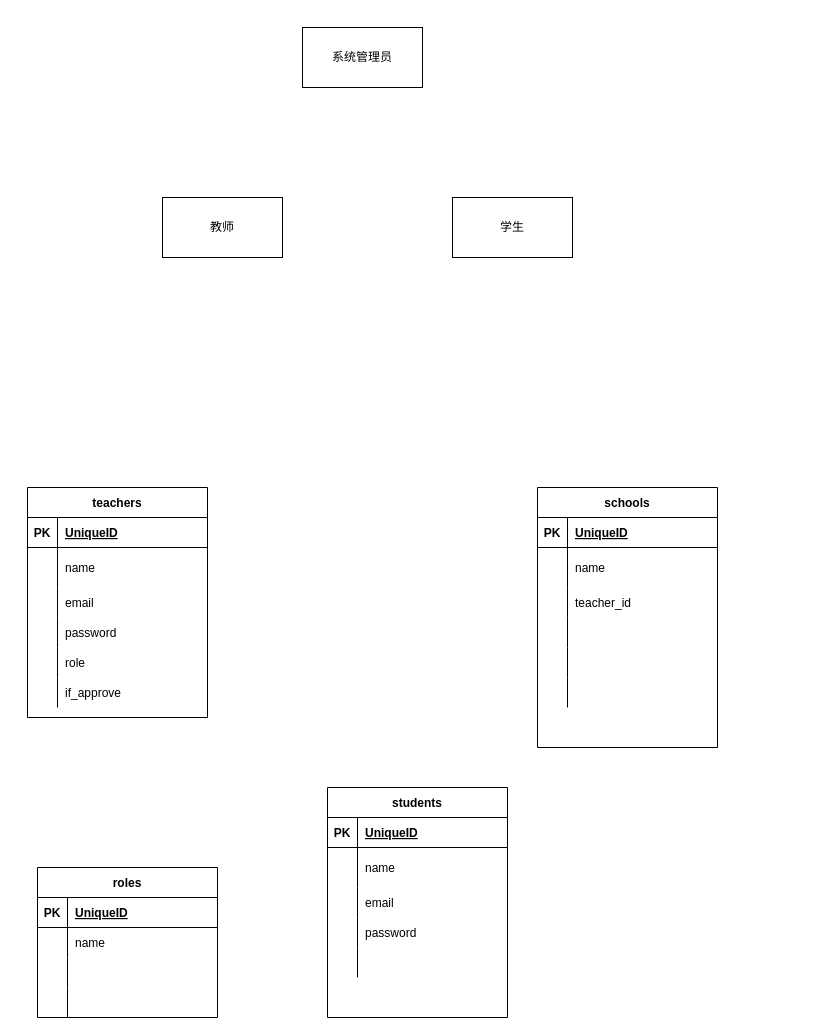
This is Edo.drawio from smartymoon/edu, a draw.io file, before an edit. Source tidied: cells renumbered, new cells numbered last; positions are measured from the earlier drawing's top-left corner, leaving out a move shared by most shapes. Both pictures are drawn from the tidied source at 100%, with x=0, y=0 at pixel (27, 27).
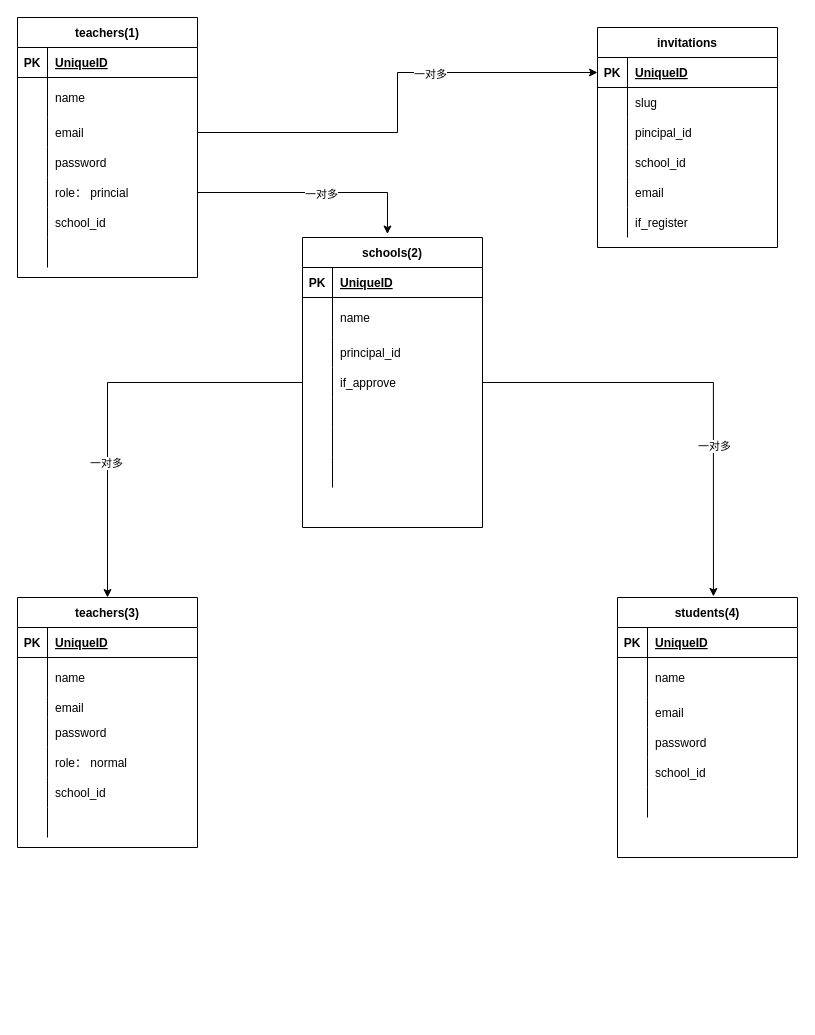
The same diagram, later.

Commit message (it also covers changes not shown here):
complete teacher login

The change refers to these unchanged cells:
```xml
<mxCell id="60" style="shape=partialRectangle;fillColor=none;top=0;left=0;bottom=0;right=0;" parent="53" vertex="1">
  <mxGeometry y="100" width="180" height="30" as="geometry" />
</mxCell>
```

Change to the diagram source:
```diff
@@
-    <mxCell id="2" value="系统管理员" style="rounded=0;whiteSpace=wrap;html=1;" parent="1" vertex="1">
-      <mxGeometry x="275" width="120" height="60" as="geometry" />
-    </mxCell>
-    <mxCell id="3" value="教师" style="rounded=0;whiteSpace=wrap;html=1;" parent="1" vertex="1">
-      <mxGeometry x="135" y="170" width="120" height="60" as="geometry" />
-    </mxCell>
-    <mxCell id="4" value="学生" style="rounded=0;whiteSpace=wrap;html=1;" parent="1" vertex="1">
-      <mxGeometry x="425" y="170" width="120" height="60" as="geometry" />
-    </mxCell>
-    <mxCell id="5" value="teachers" style="shape=table;startSize=30;childLayout=tableLayout;rowLines=0;fontStyle=1;align=center;" parent="1" vertex="1">
-      <mxGeometry y="460" width="180" height="230" as="geometry" />
+    <mxCell id="5" value="teachers(3)" style="shape=table;startSize=30;childLayout=tableLayout;rowLines=0;fontStyle=1;align=center;" parent="1" vertex="1">
+      <mxGeometry x="-10" y="570" width="180" height="250" as="geometry" />
     </mxCell>
@@
     <mxCell id="12" style="shape=partialRectangle;fillColor=none;top=0;left=0;bottom=0;right=0;" parent="5" vertex="1">
-      <mxGeometry y="100" width="180" height="30" as="geometry" />
+      <mxGeometry y="100" width="180" height="20" as="geometry" />
     </mxCell>
     <mxCell id="13" style="shape=partialRectangle;fillColor=none;top=0;left=0;bottom=0;right=0;overflow=hidden;" parent="12" vertex="1">
-      <mxGeometry width="30" height="30" as="geometry" />
+      <mxGeometry width="30" height="20" as="geometry" />
     </mxCell>
     <mxCell id="14" value="email" style="shape=partialRectangle;fillColor=none;top=0;left=0;bottom=0;right=0;align=left;spacingLeft=6;overflow=hidden;" parent="12" vertex="1">
-      <mxGeometry x="30" width="150" height="30" as="geometry" />
+      <mxGeometry x="30" width="150" height="20" as="geometry" />
     </mxCell>
     <mxCell id="15" style="shape=partialRectangle;fillColor=none;top=0;left=0;bottom=0;right=0;" parent="5" vertex="1">
-      <mxGeometry y="130" width="180" height="30" as="geometry" />
+      <mxGeometry y="120" width="180" height="30" as="geometry" />
     </mxCell>
@@
     <mxCell id="18" style="shape=partialRectangle;fillColor=none;top=0;left=0;bottom=0;right=0;" parent="5" vertex="1">
-      <mxGeometry y="160" width="180" height="30" as="geometry" />
+      <mxGeometry y="150" width="180" height="30" as="geometry" />
     </mxCell>
@@
-    <mxCell id="20" value="role" style="shape=partialRectangle;fillColor=none;top=0;left=0;bottom=0;right=0;align=left;spacingLeft=6;overflow=hidden;" parent="18" vertex="1">
+    <mxCell id="20" value="role： normal" style="shape=partialRectangle;fillColor=none;top=0;left=0;bottom=0;right=0;align=left;spacingLeft=6;overflow=hidden;" parent="18" vertex="1">
       <mxGeometry x="30" width="150" height="30" as="geometry" />
     </mxCell>
+    <mxCell id="72" style="shape=partialRectangle;fillColor=none;top=0;left=0;bottom=0;right=0;" parent="5" vertex="1">
+      <mxGeometry y="180" width="180" height="30" as="geometry" />
+    </mxCell>
+    <mxCell id="73" style="shape=partialRectangle;fillColor=none;top=0;left=0;bottom=0;right=0;overflow=hidden;" parent="72" vertex="1">
+      <mxGeometry width="30" height="30" as="geometry" />
+    </mxCell>
+    <mxCell id="74" value="school_id" style="shape=partialRectangle;fillColor=none;top=0;left=0;bottom=0;right=0;align=left;spacingLeft=6;overflow=hidden;" parent="72" vertex="1">
+      <mxGeometry x="30" width="150" height="30" as="geometry" />
+    </mxCell>
     <mxCell id="21" style="shape=partialRectangle;fillColor=none;top=0;left=0;bottom=0;right=0;" parent="5" vertex="1">
-      <mxGeometry y="190" width="180" height="30" as="geometry" />
+      <mxGeometry y="210" width="180" height="30" as="geometry" />
     </mxCell>
@@
-    <mxCell id="23" value="if_approve" style="shape=partialRectangle;fillColor=none;top=0;left=0;bottom=0;right=0;align=left;spacingLeft=6;overflow=hidden;" parent="21" vertex="1">
+    <mxCell id="23" style="shape=partialRectangle;fillColor=none;top=0;left=0;bottom=0;right=0;align=left;spacingLeft=6;overflow=hidden;" parent="21" vertex="1">
       <mxGeometry x="30" width="150" height="30" as="geometry" />
     </mxCell>
-    <mxCell id="24" value="roles" style="shape=table;startSize=30;childLayout=tableLayout;rowLines=0;fontStyle=1;align=center;" parent="1" vertex="1">
-      <mxGeometry x="10" y="840" width="180" height="150" as="geometry" />
-    </mxCell>
-    <mxCell id="25" style="shape=partialRectangle;fillColor=none;top=0;left=0;bottom=1;right=0;" parent="24" vertex="1">
-      <mxGeometry y="30" width="180" height="30" as="geometry" />
-    </mxCell>
-    <mxCell id="26" value="PK" style="shape=partialRectangle;fillColor=none;top=0;left=0;bottom=0;right=0;fontStyle=1;overflow=hidden;" parent="25" vertex="1">
-      <mxGeometry width="30" height="30" as="geometry" />
-    </mxCell>
-    <mxCell id="27" value="UniqueID" style="shape=partialRectangle;fillColor=none;top=0;left=0;bottom=0;right=0;align=left;spacingLeft=6;fontStyle=5;overflow=hidden;" parent="25" vertex="1">
-      <mxGeometry x="30" width="150" height="30" as="geometry" />
-    </mxCell>
-    <mxCell id="28" style="shape=partialRectangle;fillColor=none;top=0;left=0;bottom=0;right=0;" parent="24" vertex="1">
-      <mxGeometry y="60" width="180" height="30" as="geometry" />
-    </mxCell>
-    <mxCell id="29" style="shape=partialRectangle;fillColor=none;top=0;left=0;bottom=0;right=0;overflow=hidden;" parent="28" vertex="1">
-      <mxGeometry width="30" height="30" as="geometry" />
-    </mxCell>
-    <mxCell id="30" value="name" style="shape=partialRectangle;fillColor=none;top=0;left=0;bottom=0;right=0;align=left;spacingLeft=6;overflow=hidden;" parent="28" vertex="1">
-      <mxGeometry x="30" width="150" height="30" as="geometry" />
-    </mxCell>
-    <mxCell id="31" style="shape=partialRectangle;fillColor=none;top=0;left=0;bottom=0;right=0;" parent="24" vertex="1">
-      <mxGeometry y="90" width="180" height="30" as="geometry" />
-    </mxCell>
-    <mxCell id="32" style="shape=partialRectangle;fillColor=none;top=0;left=0;bottom=0;right=0;overflow=hidden;" parent="31" vertex="1">
-      <mxGeometry width="30" height="30" as="geometry" />
-    </mxCell>
-    <mxCell id="33" style="shape=partialRectangle;fillColor=none;top=0;left=0;bottom=0;right=0;align=left;spacingLeft=6;overflow=hidden;" parent="31" vertex="1">
-      <mxGeometry x="30" width="150" height="30" as="geometry" />
-    </mxCell>
-    <mxCell id="34" style="shape=partialRectangle;fillColor=none;top=0;left=0;bottom=0;right=0;" parent="24" vertex="1">
-      <mxGeometry y="120" width="180" height="30" as="geometry" />
-    </mxCell>
-    <mxCell id="35" style="shape=partialRectangle;fillColor=none;top=0;left=0;bottom=0;right=0;overflow=hidden;" parent="34" vertex="1">
-      <mxGeometry width="30" height="30" as="geometry" />
-    </mxCell>
-    <mxCell id="36" style="shape=partialRectangle;fillColor=none;top=0;left=0;bottom=0;right=0;align=left;spacingLeft=6;overflow=hidden;" parent="34" vertex="1">
-      <mxGeometry x="30" width="150" height="30" as="geometry" />
-    </mxCell>
-    <mxCell id="37" value="students" style="shape=table;startSize=30;childLayout=tableLayout;rowLines=0;fontStyle=1;align=center;" parent="1" vertex="1">
-      <mxGeometry x="300" y="760" width="180" height="230" as="geometry" />
+    <mxCell id="37" value="students(4)" style="shape=table;startSize=30;childLayout=tableLayout;rowLines=0;fontStyle=1;align=center;" parent="1" vertex="1">
+      <mxGeometry x="590" y="570" width="180" height="260" as="geometry" />
     </mxCell>
@@
+    <mxCell id="75" style="shape=partialRectangle;fillColor=none;top=0;left=0;bottom=0;right=0;" parent="37" vertex="1">
+      <mxGeometry y="160" width="180" height="30" as="geometry" />
+    </mxCell>
+    <mxCell id="76" style="shape=partialRectangle;fillColor=none;top=0;left=0;bottom=0;right=0;overflow=hidden;" parent="75" vertex="1">
+      <mxGeometry width="30" height="30" as="geometry" />
+    </mxCell>
+    <mxCell id="77" value="school_id" style="shape=partialRectangle;fillColor=none;top=0;left=0;bottom=0;right=0;align=left;spacingLeft=6;overflow=hidden;" parent="75" vertex="1">
+      <mxGeometry x="30" width="150" height="30" as="geometry" />
+    </mxCell>
     <mxCell id="50" style="shape=partialRectangle;fillColor=none;top=0;left=0;bottom=0;right=0;" parent="37" vertex="1">
-      <mxGeometry y="160" width="180" height="30" as="geometry" />
+      <mxGeometry y="190" width="180" height="30" as="geometry" />
     </mxCell>
@@
+    <mxCell id="78" style="edgeStyle=orthogonalEdgeStyle;rounded=0;jettySize=auto;html=1;" parent="1" edge="1" source="53" target="5">
+      <mxGeometry relative="1" as="geometry" />
+    </mxCell>
+    <mxCell id="79" value="一对多" style="edgeLabel;html=1;align=center;verticalAlign=middle;" parent="78" vertex="1">
+      <mxGeometry x="0.34" y="-2" relative="1" as="geometry" />
+    </mxCell>
+    <mxCell id="80" style="edgeStyle=orthogonalEdgeStyle;rounded=0;jettySize=auto;html=1;entryX=0.533;entryY=-0.004;entryDx=0;entryDy=0;entryPerimeter=0;" parent="1" edge="1" source="53" target="37">
+      <mxGeometry relative="1" as="geometry" />
+    </mxCell>
+    <mxCell id="81" value="一对多" style="edgeLabel;html=1;align=center;verticalAlign=middle;" parent="80" vertex="1">
+      <mxGeometry x="0.32" y="1" relative="1" as="geometry" />
+    </mxCell>
-    <mxCell id="53" value="schools" style="shape=table;startSize=30;childLayout=tableLayout;rowLines=0;fontStyle=1;align=center;" parent="1" vertex="1">
-      <mxGeometry x="510" y="460" width="180" height="260" as="geometry" />
+    <mxCell id="53" value="schools(2)" style="shape=table;startSize=30;childLayout=tableLayout;rowLines=0;fontStyle=1;align=center;" parent="1" vertex="1">
+      <mxGeometry x="275" y="210" width="180" height="290" as="geometry" />
     </mxCell>
@@
-    <mxCell id="62" value="teacher_id" style="shape=partialRectangle;fillColor=none;top=0;left=0;bottom=0;right=0;align=left;spacingLeft=6;overflow=hidden;" parent="60" vertex="1">
+    <mxCell id="62" value="principal_id" style="shape=partialRectangle;fillColor=none;top=0;left=0;bottom=0;right=0;align=left;spacingLeft=6;overflow=hidden;" parent="60" vertex="1">
       <mxGeometry x="30" width="150" height="30" as="geometry" />
     </mxCell>
+    <mxCell id="82" style="shape=partialRectangle;fillColor=none;top=0;left=0;bottom=0;right=0;" parent="53" vertex="1">
+      <mxGeometry y="130" width="180" height="30" as="geometry" />
+    </mxCell>
+    <mxCell id="83" style="shape=partialRectangle;fillColor=none;top=0;left=0;bottom=0;right=0;overflow=hidden;" parent="82" vertex="1">
+      <mxGeometry width="30" height="30" as="geometry" />
+    </mxCell>
+    <mxCell id="84" value="if_approve" style="shape=partialRectangle;fillColor=none;top=0;left=0;bottom=0;right=0;align=left;spacingLeft=6;overflow=hidden;" parent="82" vertex="1">
+      <mxGeometry x="30" width="150" height="30" as="geometry" />
+    </mxCell>
     <mxCell id="63" style="shape=partialRectangle;fillColor=none;top=0;left=0;bottom=0;right=0;" parent="53" vertex="1">
-      <mxGeometry y="130" width="180" height="30" as="geometry" />
+      <mxGeometry y="160" width="180" height="30" as="geometry" />
     </mxCell>
@@
     <mxCell id="66" style="shape=partialRectangle;fillColor=none;top=0;left=0;bottom=0;right=0;" parent="53" vertex="1">
-      <mxGeometry y="160" width="180" height="30" as="geometry" />
+      <mxGeometry y="190" width="180" height="30" as="geometry" />
     </mxCell>
@@
     <mxCell id="69" style="shape=partialRectangle;fillColor=none;top=0;left=0;bottom=0;right=0;" parent="53" vertex="1">
-      <mxGeometry y="190" width="180" height="30" as="geometry" />
+      <mxGeometry y="220" width="180" height="30" as="geometry" />
     </mxCell>
@@
+    <mxCell id="85" value="teachers(1)" style="shape=table;startSize=30;childLayout=tableLayout;rowLines=0;fontStyle=1;align=center;" parent="1" vertex="1">
+      <mxGeometry x="-10" y="-10" width="180" height="260" as="geometry" />
+    </mxCell>
+    <mxCell id="86" style="shape=partialRectangle;fillColor=none;top=0;left=0;bottom=1;right=0;" parent="85" vertex="1">
+      <mxGeometry y="30" width="180" height="30" as="geometry" />
+    </mxCell>
+    <mxCell id="87" value="PK" style="shape=partialRectangle;fillColor=none;top=0;left=0;bottom=0;right=0;fontStyle=1;overflow=hidden;" parent="86" vertex="1">
+      <mxGeometry width="30" height="30" as="geometry" />
+    </mxCell>
+    <mxCell id="88" value="UniqueID" style="shape=partialRectangle;fillColor=none;top=0;left=0;bottom=0;right=0;align=left;spacingLeft=6;fontStyle=5;overflow=hidden;" parent="86" vertex="1">
+      <mxGeometry x="30" width="150" height="30" as="geometry" />
+    </mxCell>
+    <mxCell id="89" style="shape=partialRectangle;fillColor=none;top=0;left=0;bottom=0;right=0;" parent="85" vertex="1">
+      <mxGeometry y="60" width="180" height="40" as="geometry" />
+    </mxCell>
+    <mxCell id="90" style="shape=partialRectangle;fillColor=none;top=0;left=0;bottom=0;right=0;overflow=hidden;" parent="89" vertex="1">
+      <mxGeometry width="30" height="40" as="geometry" />
+    </mxCell>
+    <mxCell id="30" value="name" style="shape=partialRectangle;fillColor=none;top=0;left=0;bottom=0;right=0;align=left;spacingLeft=6;overflow=hidden;" parent="89" vertex="1">
+      <mxGeometry x="30" width="150" height="40" as="geometry" />
+    </mxCell>
+    <mxCell id="91" style="shape=partialRectangle;fillColor=none;top=0;left=0;bottom=0;right=0;points=[[0,0.5],[1,0.5]];portConstraint=eastwest;" parent="85" vertex="1">
+      <mxGeometry y="100" width="180" height="30" as="geometry" />
+    </mxCell>
+    <mxCell id="92" style="shape=partialRectangle;fillColor=none;top=0;left=0;bottom=0;right=0;overflow=hidden;" parent="91" vertex="1">
+      <mxGeometry width="30" height="30" as="geometry" />
+    </mxCell>
+    <mxCell id="93" value="email" style="shape=partialRectangle;fillColor=none;top=0;left=0;bottom=0;right=0;align=left;spacingLeft=6;overflow=hidden;" parent="91" vertex="1">
+      <mxGeometry x="30" width="150" height="30" as="geometry" />
+    </mxCell>
+    <mxCell id="94" style="shape=partialRectangle;fillColor=none;top=0;left=0;bottom=0;right=0;" parent="85" vertex="1">
+      <mxGeometry y="130" width="180" height="30" as="geometry" />
+    </mxCell>
+    <mxCell id="95" style="shape=partialRectangle;fillColor=none;top=0;left=0;bottom=0;right=0;overflow=hidden;" parent="94" vertex="1">
+      <mxGeometry width="30" height="30" as="geometry" />
+    </mxCell>
+    <mxCell id="96" value="password" style="shape=partialRectangle;fillColor=none;top=0;left=0;bottom=0;right=0;align=left;spacingLeft=6;overflow=hidden;" parent="94" vertex="1">
+      <mxGeometry x="30" width="150" height="30" as="geometry" />
+    </mxCell>
+    <mxCell id="97" style="shape=partialRectangle;fillColor=none;top=0;left=0;bottom=0;right=0;points=[[0,0.5],[1,0.5]];portConstraint=eastwest;" parent="85" vertex="1">
+      <mxGeometry y="160" width="180" height="30" as="geometry" />
+    </mxCell>
+    <mxCell id="98" style="shape=partialRectangle;fillColor=none;top=0;left=0;bottom=0;right=0;overflow=hidden;" parent="97" vertex="1">
+      <mxGeometry width="30" height="30" as="geometry" />
+    </mxCell>
+    <mxCell id="99" value="role： princial" style="shape=partialRectangle;fillColor=none;top=0;left=0;bottom=0;right=0;align=left;spacingLeft=6;overflow=hidden;" parent="97" vertex="1">
+      <mxGeometry x="30" width="150" height="30" as="geometry" />
+    </mxCell>
+    <mxCell id="100" style="shape=partialRectangle;fillColor=none;top=0;left=0;bottom=0;right=0;" parent="85" vertex="1">
+      <mxGeometry y="190" width="180" height="30" as="geometry" />
+    </mxCell>
+    <mxCell id="101" style="shape=partialRectangle;fillColor=none;top=0;left=0;bottom=0;right=0;overflow=hidden;" parent="100" vertex="1">
+      <mxGeometry width="30" height="30" as="geometry" />
+    </mxCell>
+    <mxCell id="102" value="school_id" style="shape=partialRectangle;fillColor=none;top=0;left=0;bottom=0;right=0;align=left;spacingLeft=6;overflow=hidden;" parent="100" vertex="1">
+      <mxGeometry x="30" width="150" height="30" as="geometry" />
+    </mxCell>
+    <mxCell id="103" style="shape=partialRectangle;fillColor=none;top=0;left=0;bottom=0;right=0;" parent="85" vertex="1">
+      <mxGeometry y="220" width="180" height="30" as="geometry" />
+    </mxCell>
+    <mxCell id="104" style="shape=partialRectangle;fillColor=none;top=0;left=0;bottom=0;right=0;overflow=hidden;" parent="103" vertex="1">
+      <mxGeometry width="30" height="30" as="geometry" />
+    </mxCell>
+    <mxCell id="105" style="shape=partialRectangle;fillColor=none;top=0;left=0;bottom=0;right=0;align=left;spacingLeft=6;overflow=hidden;" parent="103" vertex="1">
+      <mxGeometry x="30" width="150" height="30" as="geometry" />
+    </mxCell>
+    <mxCell id="106" style="edgeStyle=orthogonalEdgeStyle;rounded=0;jettySize=auto;html=1;entryX=0.472;entryY=-0.012;entryDx=0;entryDy=0;entryPerimeter=0;" parent="1" edge="1" source="97" target="53">
+      <mxGeometry relative="1" as="geometry" />
+    </mxCell>
+    <mxCell id="107" value="一对多" style="edgeLabel;html=1;align=center;verticalAlign=middle;" parent="106" vertex="1">
+      <mxGeometry x="0.06" y="-1" relative="1" as="geometry" />
+    </mxCell>
+    <mxCell id="108" value="invitations" style="shape=table;startSize=30;childLayout=tableLayout;rowLines=0;fontStyle=1;align=center;" parent="1" vertex="1">
+      <mxGeometry x="570" width="180" height="220" as="geometry" />
+    </mxCell>
+    <mxCell id="109" style="shape=partialRectangle;fillColor=none;top=0;left=0;bottom=1;right=0;points=[[0,0.5],[1,0.5]];portConstraint=eastwest;" parent="108" vertex="1">
+      <mxGeometry y="30" width="180" height="30" as="geometry" />
+    </mxCell>
+    <mxCell id="110" value="PK" style="shape=partialRectangle;fillColor=none;top=0;left=0;bottom=0;right=0;fontStyle=1;overflow=hidden;" parent="109" vertex="1">
+      <mxGeometry width="30" height="30" as="geometry" />
+    </mxCell>
+    <mxCell id="111" value="UniqueID" style="shape=partialRectangle;fillColor=none;top=0;left=0;bottom=0;right=0;align=left;spacingLeft=6;fontStyle=5;overflow=hidden;" parent="109" vertex="1">
+      <mxGeometry x="30" width="150" height="30" as="geometry" />
+    </mxCell>
+    <mxCell id="28" style="shape=partialRectangle;fillColor=none;top=0;left=0;bottom=0;right=0;" parent="108" vertex="1">
+      <mxGeometry y="60" width="180" height="30" as="geometry" />
+    </mxCell>
+    <mxCell id="112" style="shape=partialRectangle;fillColor=none;top=0;left=0;bottom=0;right=0;overflow=hidden;" parent="28" vertex="1">
+      <mxGeometry width="30" height="30" as="geometry" />
+    </mxCell>
+    <mxCell id="113" value="slug" style="shape=partialRectangle;fillColor=none;top=0;left=0;bottom=0;right=0;align=left;spacingLeft=6;overflow=hidden;" parent="28" vertex="1">
+      <mxGeometry x="30" width="150" height="30" as="geometry" />
+    </mxCell>
+    <mxCell id="31" style="shape=partialRectangle;fillColor=none;top=0;left=0;bottom=0;right=0;" parent="108" vertex="1">
+      <mxGeometry y="90" width="180" height="30" as="geometry" />
+    </mxCell>
+    <mxCell id="114" style="shape=partialRectangle;fillColor=none;top=0;left=0;bottom=0;right=0;overflow=hidden;" parent="31" vertex="1">
+      <mxGeometry width="30" height="30" as="geometry" />
+    </mxCell>
+    <mxCell id="115" value="pincipal_id" style="shape=partialRectangle;fillColor=none;top=0;left=0;bottom=0;right=0;align=left;spacingLeft=6;overflow=hidden;" parent="31" vertex="1">
+      <mxGeometry x="30" width="150" height="30" as="geometry" />
+    </mxCell>
+    <mxCell id="34" style="shape=partialRectangle;fillColor=none;top=0;left=0;bottom=0;right=0;" parent="108" vertex="1">
+      <mxGeometry y="120" width="180" height="30" as="geometry" />
+    </mxCell>
+    <mxCell id="116" style="shape=partialRectangle;fillColor=none;top=0;left=0;bottom=0;right=0;overflow=hidden;" parent="34" vertex="1">
+      <mxGeometry width="30" height="30" as="geometry" />
+    </mxCell>
+    <mxCell id="117" value="school_id" style="shape=partialRectangle;fillColor=none;top=0;left=0;bottom=0;right=0;align=left;spacingLeft=6;overflow=hidden;" parent="34" vertex="1">
+      <mxGeometry x="30" width="150" height="30" as="geometry" />
+    </mxCell>
+    <mxCell id="118" style="shape=partialRectangle;fillColor=none;top=0;left=0;bottom=0;right=0;" parent="108" vertex="1">
+      <mxGeometry y="150" width="180" height="30" as="geometry" />
+    </mxCell>
+    <mxCell id="119" style="shape=partialRectangle;fillColor=none;top=0;left=0;bottom=0;right=0;overflow=hidden;" parent="118" vertex="1">
+      <mxGeometry width="30" height="30" as="geometry" />
+    </mxCell>
+    <mxCell id="120" value="email" style="shape=partialRectangle;fillColor=none;top=0;left=0;bottom=0;right=0;align=left;spacingLeft=6;overflow=hidden;" parent="118" vertex="1">
+      <mxGeometry x="30" width="150" height="30" as="geometry" />
+    </mxCell>
+    <mxCell id="121" style="shape=partialRectangle;fillColor=none;top=0;left=0;bottom=0;right=0;" parent="108" vertex="1">
+      <mxGeometry y="180" width="180" height="30" as="geometry" />
+    </mxCell>
+    <mxCell id="122" style="shape=partialRectangle;fillColor=none;top=0;left=0;bottom=0;right=0;overflow=hidden;" parent="121" vertex="1">
+      <mxGeometry width="30" height="30" as="geometry" />
+    </mxCell>
+    <mxCell id="123" value="if_register" style="shape=partialRectangle;fillColor=none;top=0;left=0;bottom=0;right=0;align=left;spacingLeft=6;overflow=hidden;" parent="121" vertex="1">
+      <mxGeometry x="30" width="150" height="30" as="geometry" />
+    </mxCell>
+    <mxCell id="124" style="edgeStyle=orthogonalEdgeStyle;rounded=0;jettySize=auto;html=1;entryX=0;entryY=0.5;entryDx=0;entryDy=0;" parent="1" edge="1" source="91" target="109">
+      <mxGeometry relative="1" as="geometry" />
+    </mxCell>
+    <mxCell id="125" value="一对多" style="edgeLabel;html=1;align=center;verticalAlign=middle;" parent="124" vertex="1">
+      <mxGeometry x="0.27" y="-1" relative="1" as="geometry" />
+    </mxCell>
```
